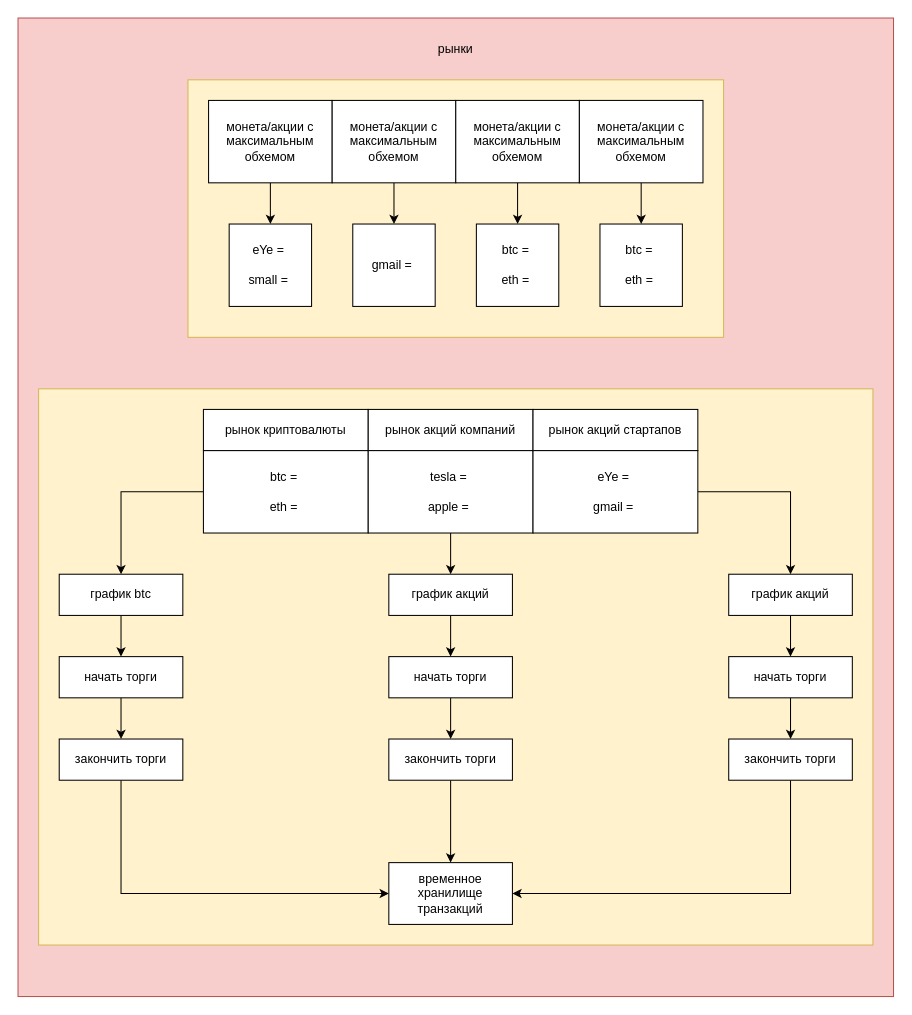
This is page "market" (4 of 5) of Untitled Diagram.drawio from lattecoff/app_arch, a draw.io file, before an edit. Source tidied: cells renumbered, new cells numbered last; positions are measured from the earlier drawing's top-left corner, leaving out a move shared by most shapes. Both pictures are drawn from the tidied source at 103%, with x=0, y=0 at pixel (18, 18).
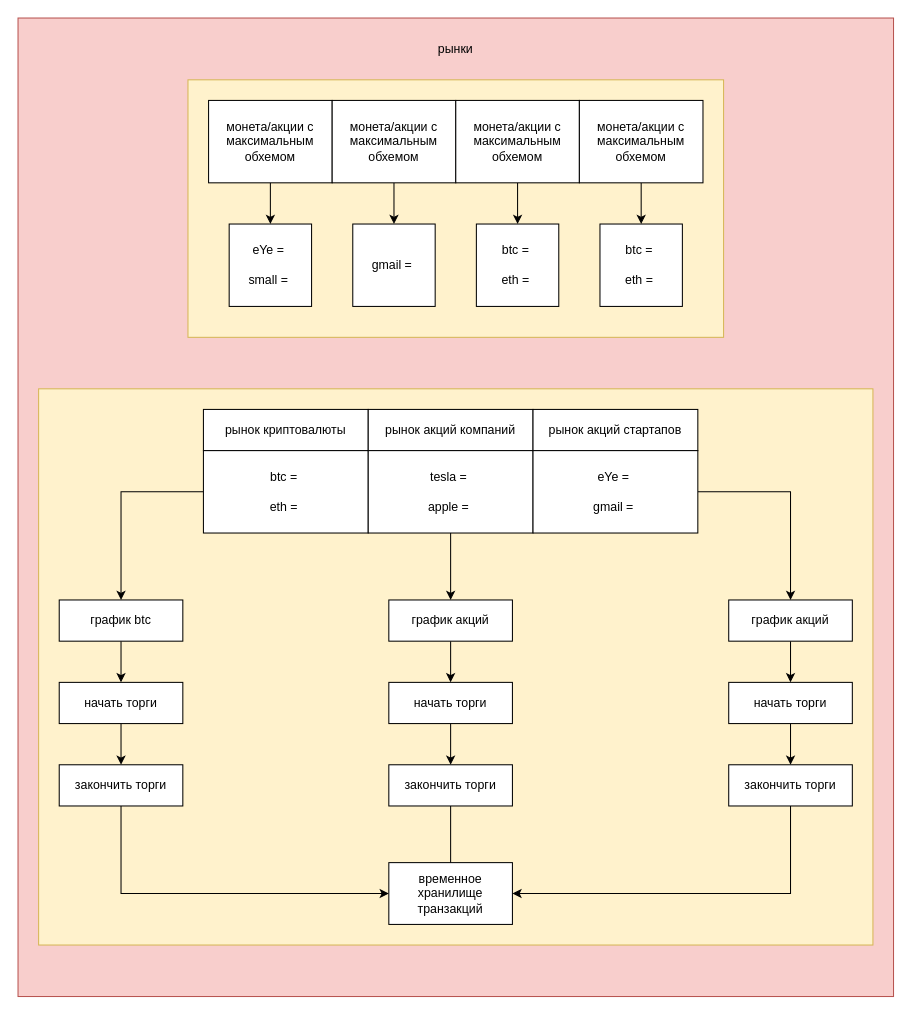
Above is the later version.

The change refers to these unchanged cells:
```xml
<mxCell id="32" value="временное хранилище транзакций" style="rounded=0;whiteSpace=wrap;html=1;fillColor=#FFFFFF;" parent="1" vertex="1">
  <mxGeometry x="360" y="820" width="120" height="60" as="geometry" />
</mxCell>
```

The edit, as a diff of the source:
```diff
@@
     <mxCell id="15" value="начать торги" style="rounded=0;whiteSpace=wrap;html=1;fillColor=#FFFFFF;" parent="1" vertex="1">
-      <mxGeometry x="40" y="620" width="120" height="40" as="geometry" />
+      <mxGeometry x="40" y="645" width="120" height="40" as="geometry" />
     </mxCell>
@@
     <mxCell id="17" value="график btc" style="rounded=0;whiteSpace=wrap;html=1;fillColor=#FFFFFF;" parent="1" vertex="1">
-      <mxGeometry x="40" y="540" width="120" height="40" as="geometry" />
+      <mxGeometry x="40" y="565" width="120" height="40" as="geometry" />
     </mxCell>
@@
     <mxCell id="19" value="закончить торги" style="rounded=0;whiteSpace=wrap;html=1;fillColor=#FFFFFF;" parent="1" vertex="1">
-      <mxGeometry x="40" y="700" width="120" height="40" as="geometry" />
+      <mxGeometry x="40" y="725" width="120" height="40" as="geometry" />
     </mxCell>
@@
     <mxCell id="21" value="начать торги" style="rounded=0;whiteSpace=wrap;html=1;fillColor=#FFFFFF;" parent="1" vertex="1">
-      <mxGeometry x="360" y="620" width="120" height="40" as="geometry" />
+      <mxGeometry x="360" y="645" width="120" height="40" as="geometry" />
     </mxCell>
@@
     <mxCell id="23" value="график акций" style="rounded=0;whiteSpace=wrap;html=1;fillColor=#FFFFFF;" parent="1" vertex="1">
-      <mxGeometry x="360" y="540" width="120" height="40" as="geometry" />
+      <mxGeometry x="360" y="565" width="120" height="40" as="geometry" />
     </mxCell>
-    <mxCell id="24" style="edgeStyle=orthogonalEdgeStyle;rounded=0;jettySize=auto;html=1;" parent="1" edge="1" source="25" target="32">
-      <mxGeometry relative="1" as="geometry" />
+    <mxCell id="24" style="edgeStyle=orthogonalEdgeStyle;rounded=0;jettySize=auto;html=1;" parent="1" edge="1" source="25">
+      <mxGeometry relative="1" as="geometry">
+        <mxPoint x="420" y="830" as="targetPoint" />
+      </mxGeometry>
     </mxCell>
     <mxCell id="25" value="закончить торги" style="rounded=0;whiteSpace=wrap;html=1;fillColor=#FFFFFF;" parent="1" vertex="1">
-      <mxGeometry x="360" y="700" width="120" height="40" as="geometry" />
+      <mxGeometry x="360" y="725" width="120" height="40" as="geometry" />
     </mxCell>
@@
     <mxCell id="27" value="начать торги" style="rounded=0;whiteSpace=wrap;html=1;fillColor=#FFFFFF;" parent="1" vertex="1">
-      <mxGeometry x="690" y="620" width="120" height="40" as="geometry" />
+      <mxGeometry x="690" y="645" width="120" height="40" as="geometry" />
     </mxCell>
@@
     <mxCell id="29" value="график акций" style="rounded=0;whiteSpace=wrap;html=1;fillColor=#FFFFFF;" parent="1" vertex="1">
-      <mxGeometry x="690" y="540" width="120" height="40" as="geometry" />
+      <mxGeometry x="690" y="565" width="120" height="40" as="geometry" />
     </mxCell>
@@
     <mxCell id="31" value="закончить торги" style="rounded=0;whiteSpace=wrap;html=1;fillColor=#FFFFFF;" parent="1" vertex="1">
-      <mxGeometry x="690" y="700" width="120" height="40" as="geometry" />
+      <mxGeometry x="690" y="725" width="120" height="40" as="geometry" />
     </mxCell>
```
